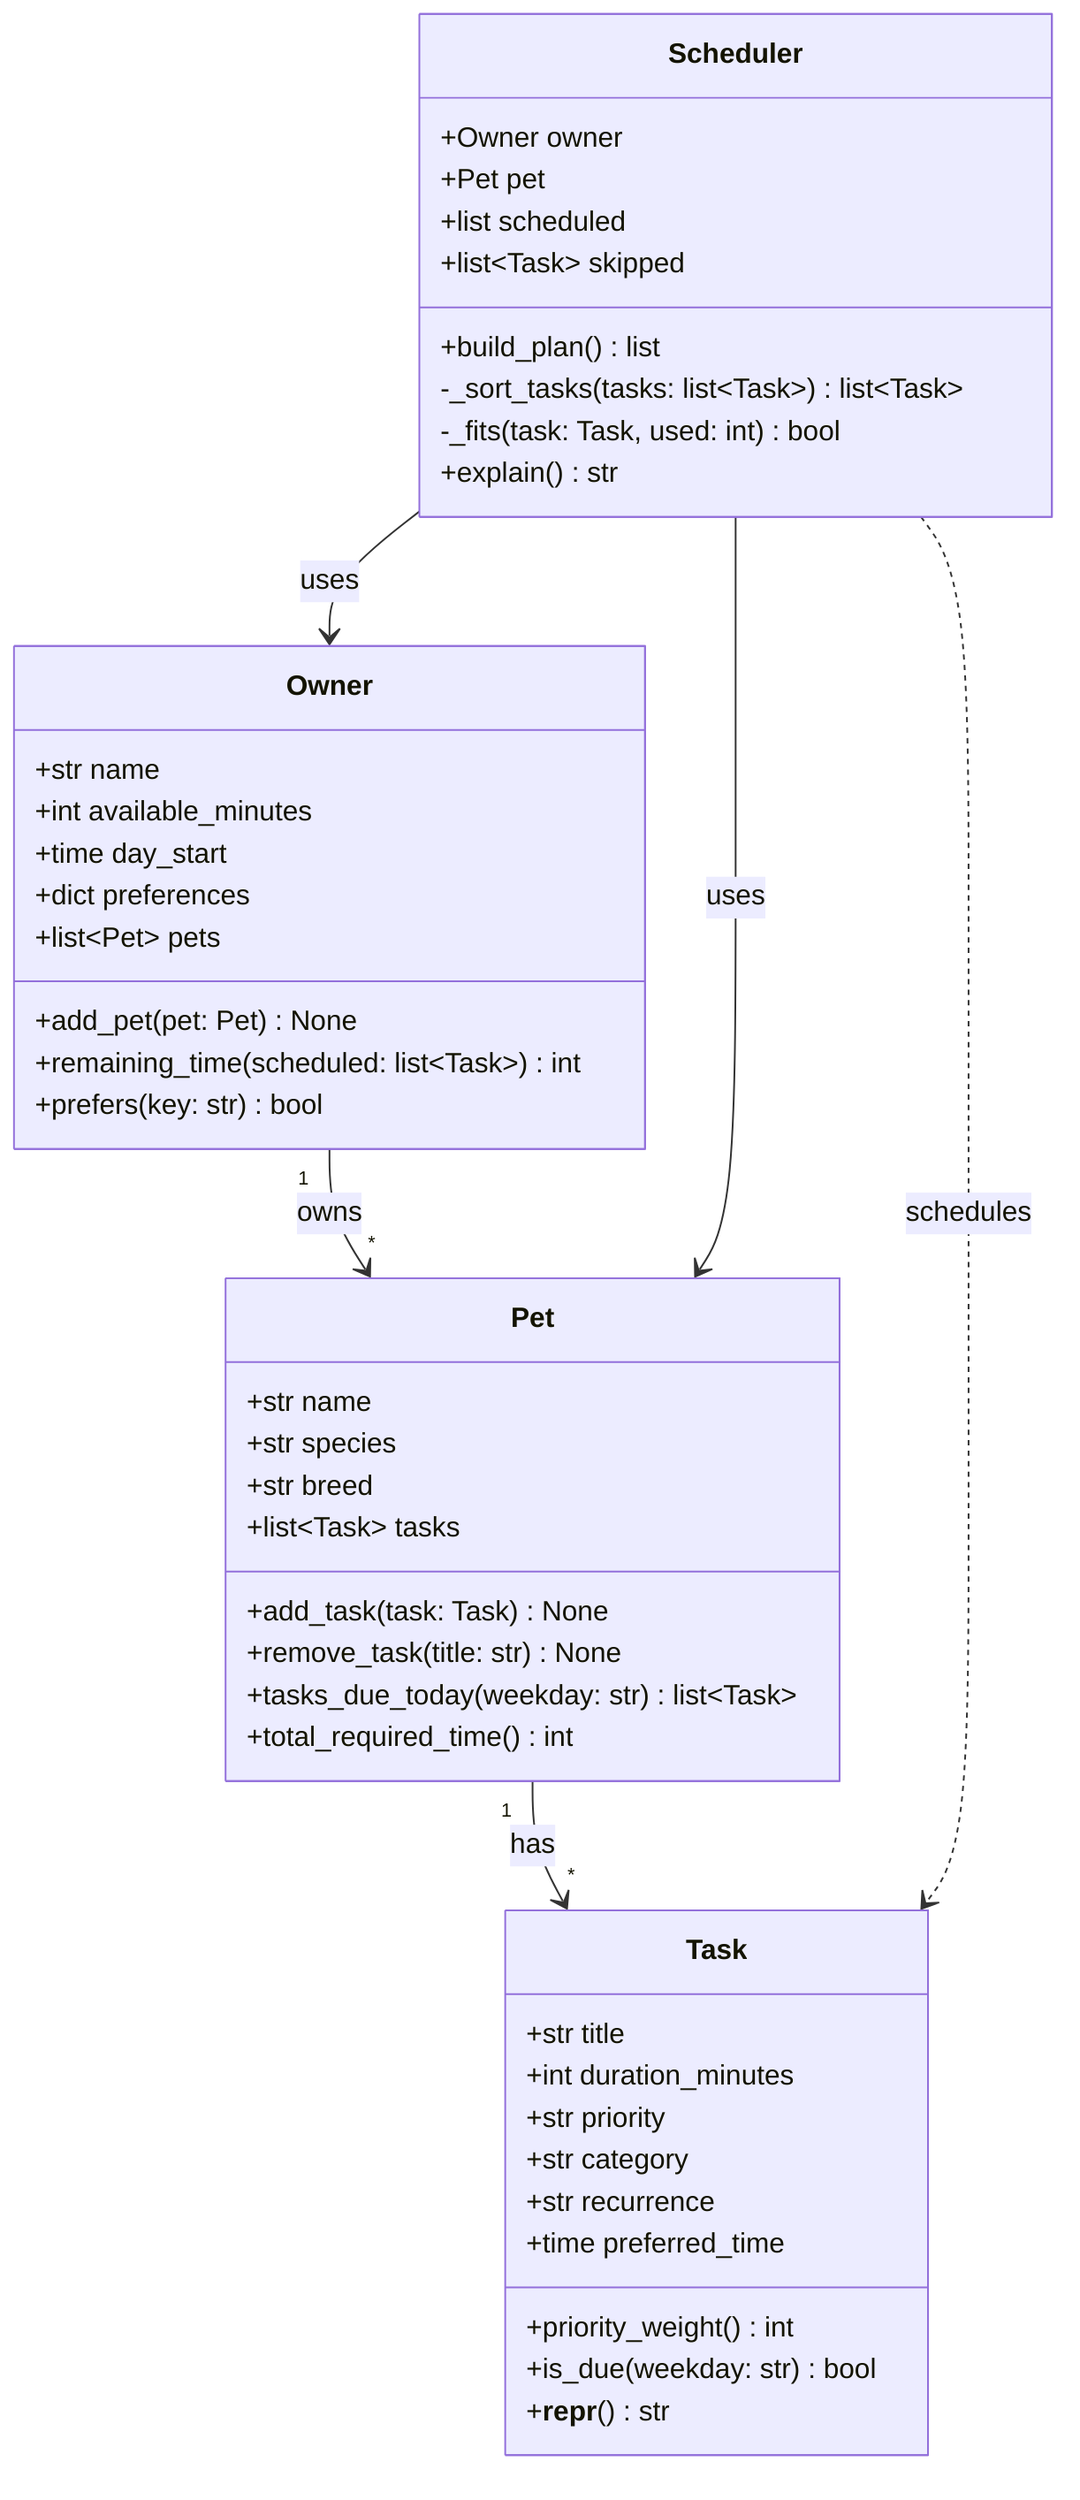
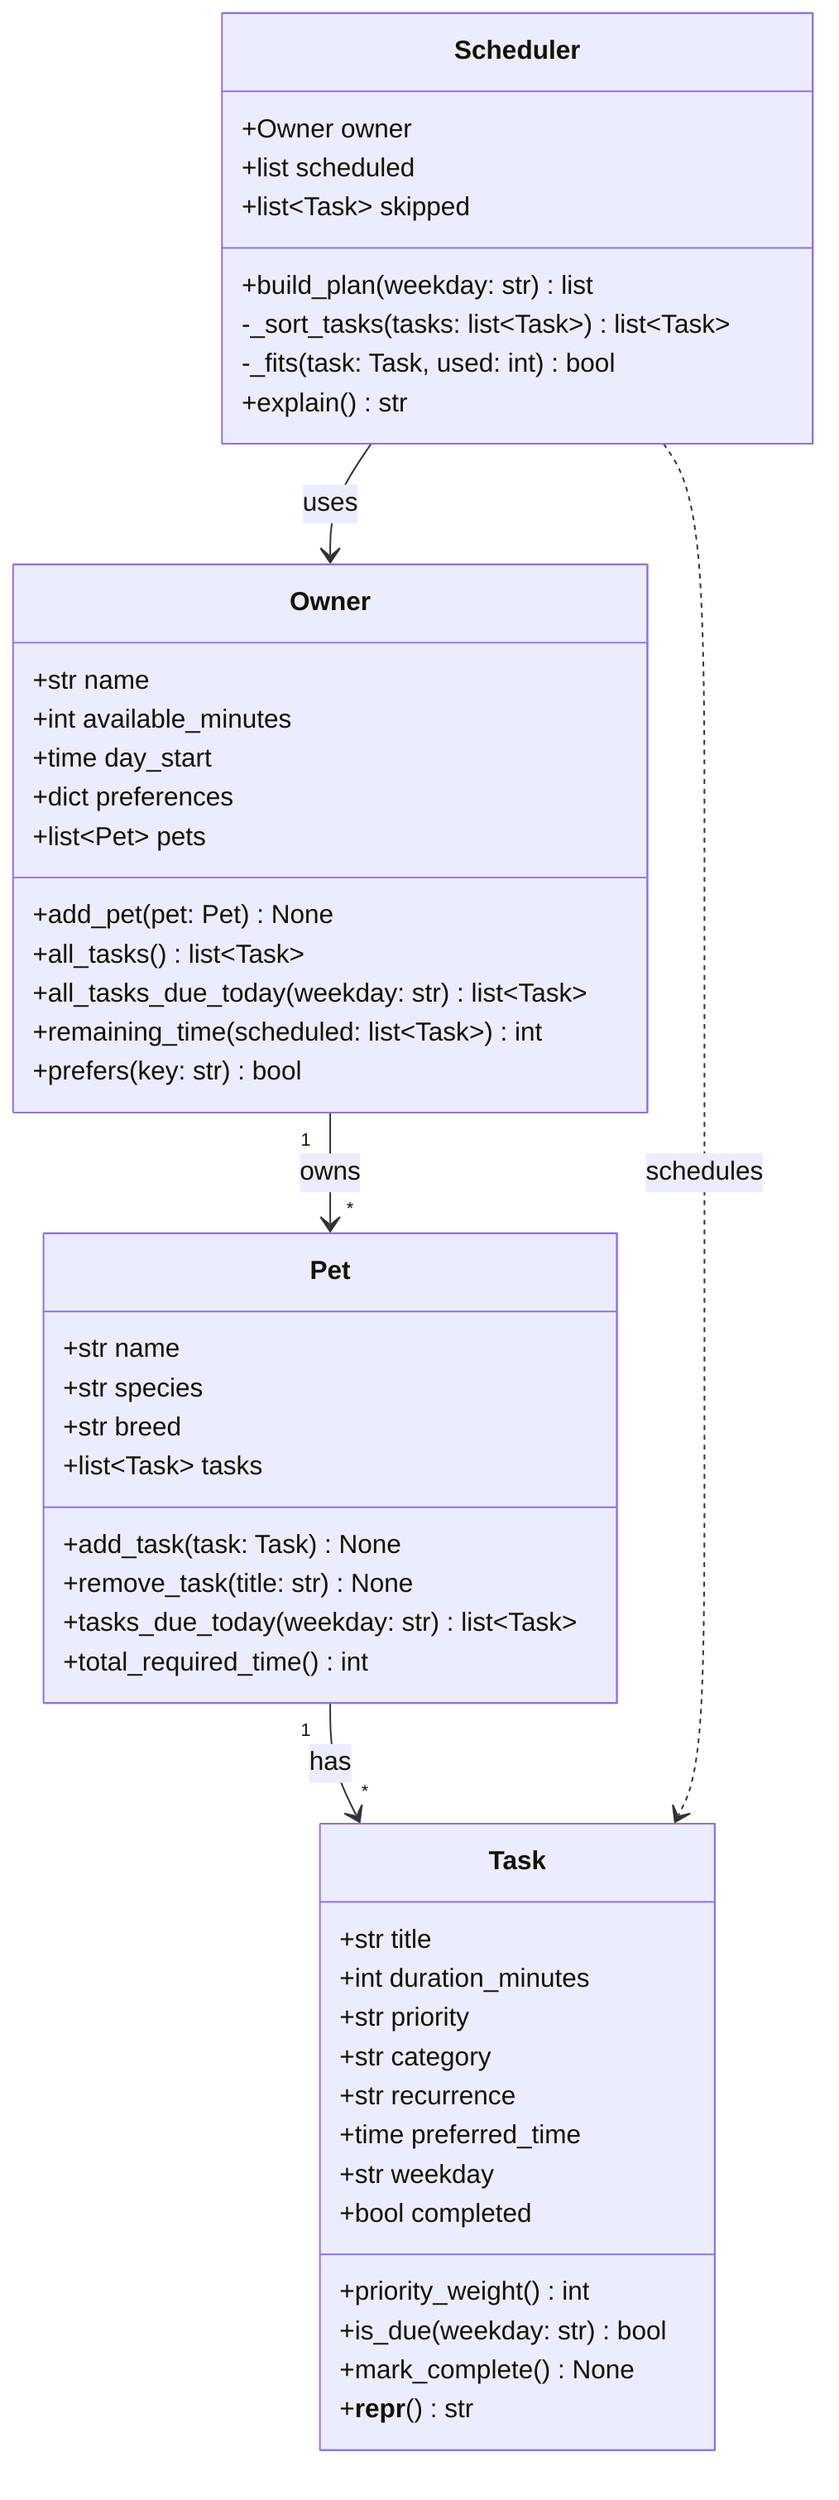
classDiagram
    class Owner {
        +str name
        +int available_minutes
        +time day_start
        +dict preferences
        +list~Pet~ pets
        +add_pet(pet: Pet) None
+         +all_tasks() list~Task~
+         +all_tasks_due_today(weekday: str) list~Task~
        +remaining_time(scheduled: list~Task~) int
        +prefers(key: str) bool
    }

    class Pet {
        +str name
        +str species
        +str breed
        +list~Task~ tasks
        +add_task(task: Task) None
        +remove_task(title: str) None
        +tasks_due_today(weekday: str) list~Task~
        +total_required_time() int
    }

    class Task {
        +str title
        +int duration_minutes
        +str priority
        +str category
        +str recurrence
        +time preferred_time
+         +str weekday
+         +bool completed
        +priority_weight() int
        +is_due(weekday: str) bool
+         +mark_complete() None
        +__repr__() str
    }

    class Scheduler {
        +Owner owner
-         +Pet pet
        +list scheduled
        +list~Task~ skipped
-         +build_plan() list
+         +build_plan(weekday: str) list
        -_sort_tasks(tasks: list~Task~) list~Task~
        -_fits(task: Task, used: int) bool
        +explain() str
    }

    Owner "1" --> "*" Pet : owns
    Pet "1" --> "*" Task : has
    Scheduler --> Owner : uses
-     Scheduler --> Pet : uses
    Scheduler ..> Task : schedules
